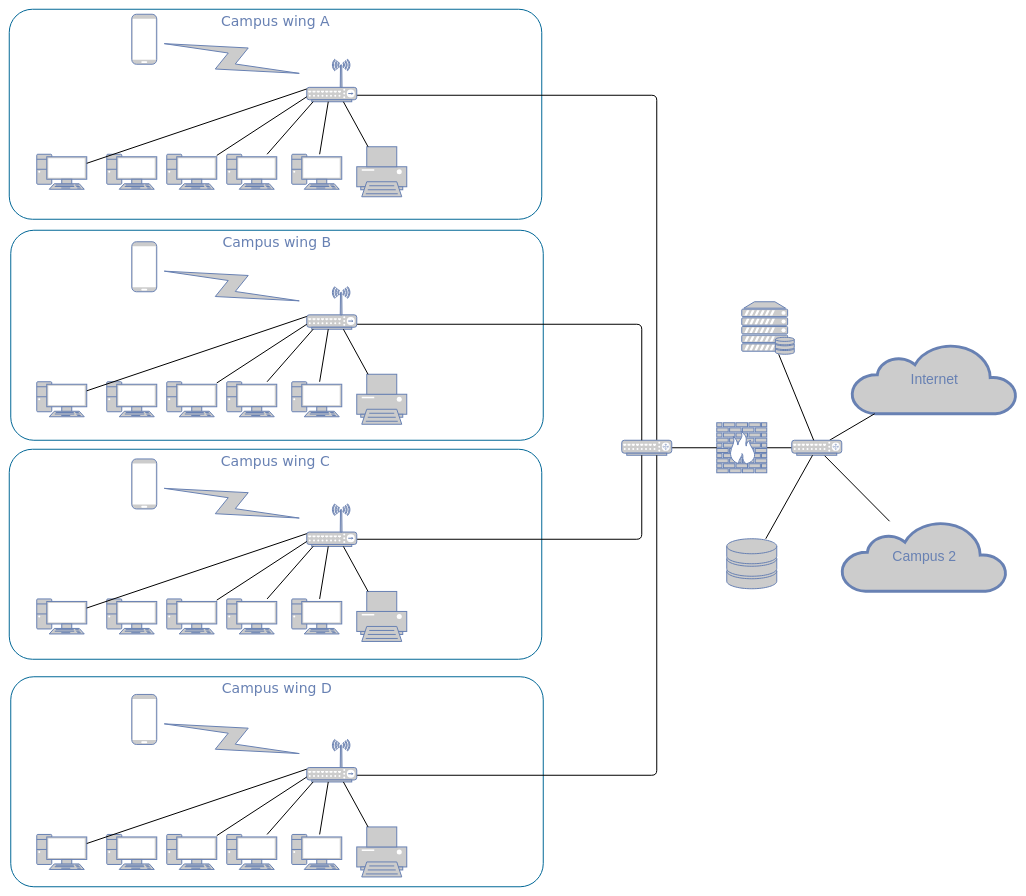
Before: Untitled Diagram.drawio in searchbb/searchbb.github.io, a draw.io diagram. Source tidied: cells renumbered, new cells numbered last; positions are measured from the earlier drawing's top-left corner, leaving out a move shared by most shapes. Both pictures are drawn from the tidied source at 50%, with x=0, y=0 at pixel (9, 9).
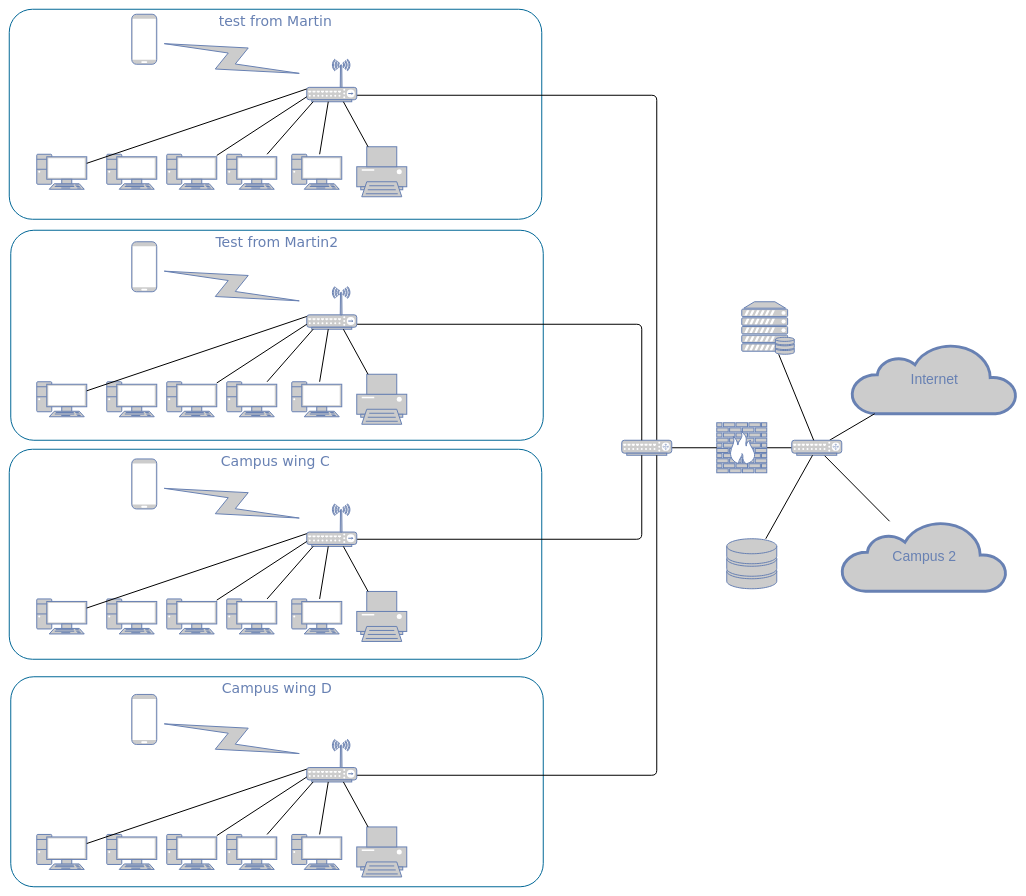
After the change.

The edit, as a diff of the source:
```diff
@@
-    <mxCell id="4" value="Campus wing B" style="rounded=1;whiteSpace=wrap;html=1;shadow=0;comic=0;strokeColor=#036897;strokeWidth=2;fillColor=none;fontFamily=Verdana;fontSize=28;fontColor=#6881B3;align=center;arcSize=11;verticalAlign=top;" parent="1" vertex="1">
+    <mxCell id="4" value="Test from Martin2" style="rounded=1;whiteSpace=wrap;html=1;shadow=0;comic=0;strokeColor=#036897;strokeWidth=2;fillColor=none;fontFamily=Verdana;fontSize=28;fontColor=#6881B3;align=center;arcSize=11;verticalAlign=top;" parent="1" vertex="1">
       <mxGeometry x="3" y="442" width="1065" height="420" as="geometry" />
     </mxCell>
-    <mxCell id="5" value="Campus wing A" style="rounded=1;whiteSpace=wrap;html=1;shadow=0;comic=0;strokeColor=#036897;strokeWidth=2;fillColor=none;fontFamily=Verdana;fontSize=28;fontColor=#6881B3;align=center;arcSize=11;verticalAlign=top;" parent="1" vertex="1">
+    <mxCell id="5" value="test from Martin" style="rounded=1;whiteSpace=wrap;html=1;shadow=0;comic=0;strokeColor=#036897;strokeWidth=2;fillColor=none;fontFamily=Verdana;fontSize=28;fontColor=#6881B3;align=center;arcSize=11;verticalAlign=top;" parent="1" vertex="1">
       <mxGeometry width="1065" height="420" as="geometry" />
     </mxCell>
```
